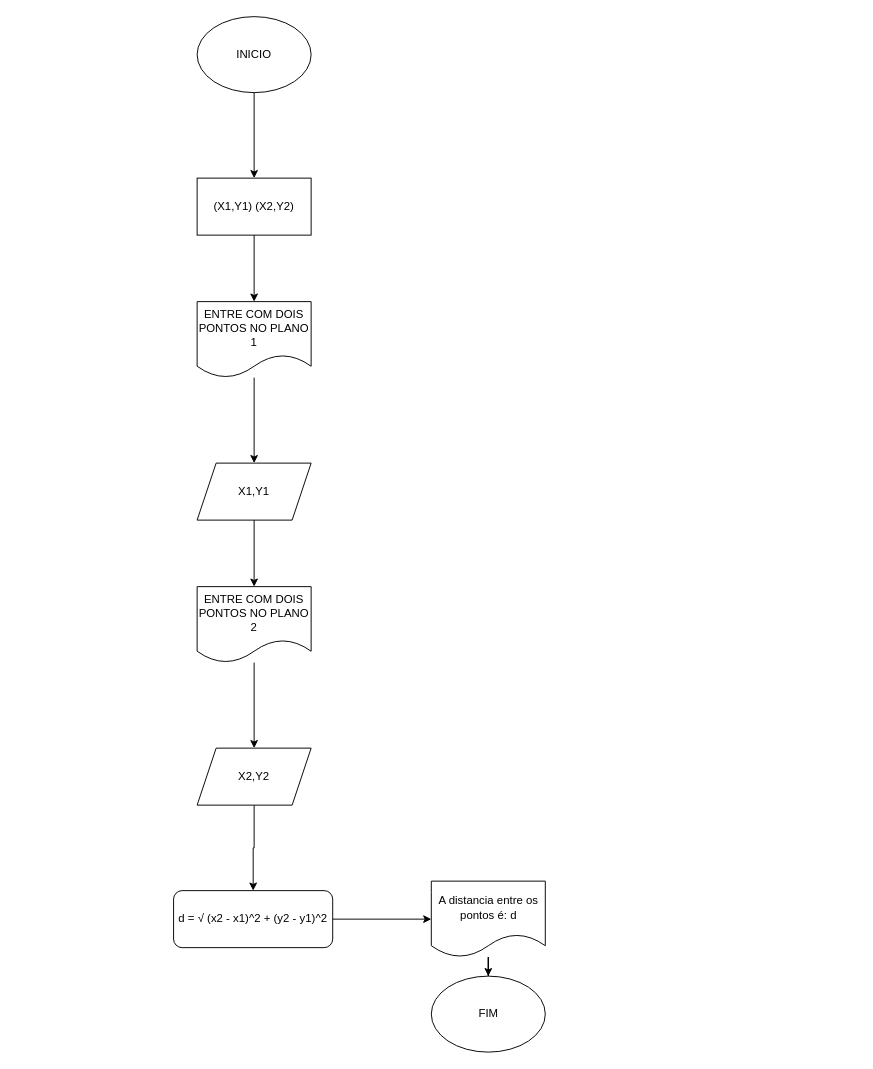
P3DR0zero/diagralg0 keeps this draw.io diagram as lista_alex.drawio. Above is the earlier version. Source tidied: cells renumbered, new cells numbered last; positions are measured from the earlier drawing's top-left corner, leaving out a move shared by most shapes. Both pictures are drawn from the tidied source at 95%, with x=0, y=0 at pixel (173, 16).
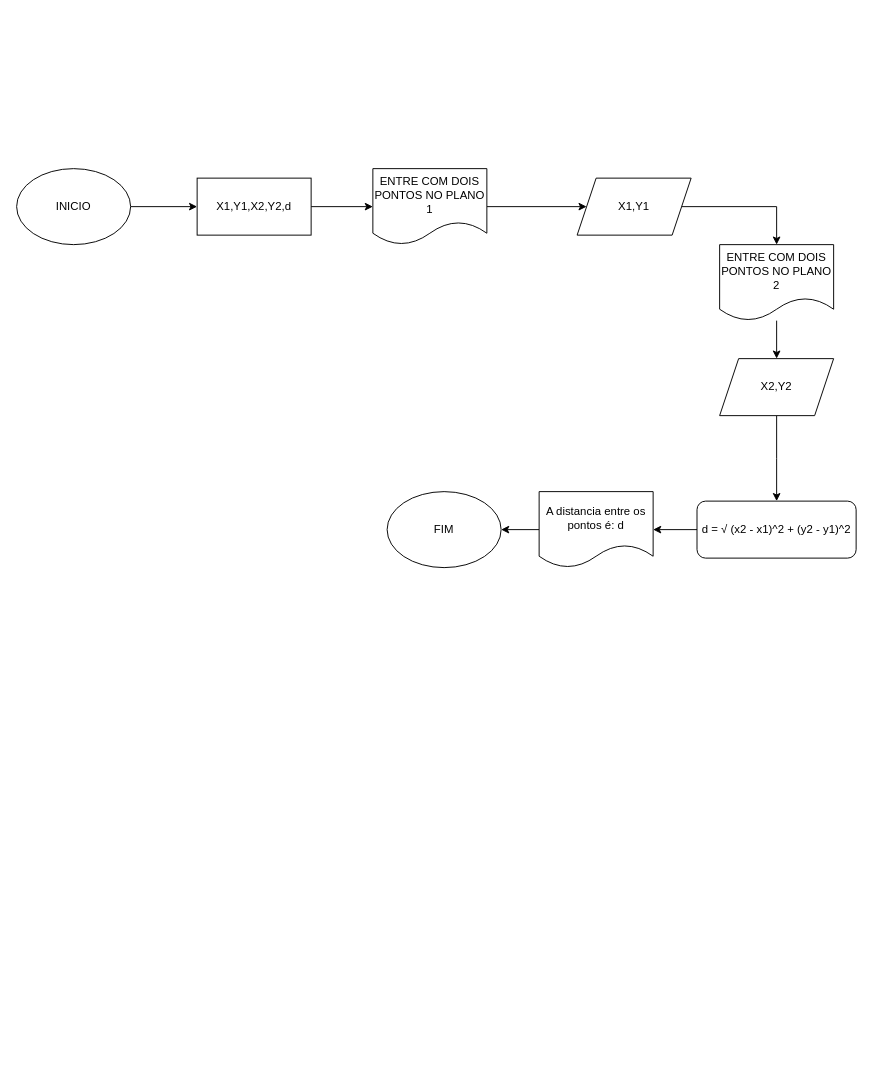
Above is the later version.

Diff of the diagram source:
```diff
@@
 <mxGraphModel>
   <root>
     <mxCell id="0" />
     <mxCell id="1" parent="0" />
     <mxCell id="2" style="edgeStyle=orthogonalEdgeStyle;rounded=0;jettySize=auto;html=1;" parent="1" edge="1" source="3" target="5">
       <mxGeometry relative="1" as="geometry" />
     </mxCell>
     <mxCell id="3" value="INICIO" style="ellipse;whiteSpace=wrap;html=1;" parent="1" vertex="1">
-      <mxGeometry x="25" width="120" height="80" as="geometry" />
+      <mxGeometry x="-165" y="160" width="120" height="80" as="geometry" />
     </mxCell>
     <mxCell id="4" style="edgeStyle=orthogonalEdgeStyle;rounded=0;jettySize=auto;html=1;" parent="1" edge="1" source="5" target="7">
       <mxGeometry relative="1" as="geometry" />
     </mxCell>
-    <mxCell id="5" value="(X1,Y1) (X2,Y2)" style="whiteSpace=wrap;html=1;" parent="1" vertex="1">
+    <mxCell id="5" value="X1,Y1,X2,Y2,d" style="whiteSpace=wrap;html=1;" parent="1" vertex="1">
       <mxGeometry x="25" y="170" width="120" height="60" as="geometry" />
     </mxCell>
     <mxCell id="6" style="edgeStyle=orthogonalEdgeStyle;rounded=0;jettySize=auto;html=1;" parent="1" edge="1" source="7" target="9">
       <mxGeometry relative="1" as="geometry" />
     </mxCell>
     <mxCell id="7" value="ENTRE COM DOIS PONTOS NO PLANO 1" style="shape=document;whiteSpace=wrap;html=1;boundedLbl=1;" parent="1" vertex="1">
-      <mxGeometry x="25" y="300" width="120" height="80" as="geometry" />
+      <mxGeometry x="210" y="160" width="120" height="80" as="geometry" />
     </mxCell>
     <mxCell id="8" style="edgeStyle=orthogonalEdgeStyle;rounded=0;jettySize=auto;html=1;" parent="1" edge="1" source="9" target="11">
       <mxGeometry relative="1" as="geometry" />
     </mxCell>
     <mxCell id="9" value="X1,Y1" style="shape=parallelogram;perimeter=parallelogramPerimeter;whiteSpace=wrap;html=1;fixedSize=1;" parent="1" vertex="1">
-      <mxGeometry x="25" y="470" width="120" height="60" as="geometry" />
+      <mxGeometry x="425" y="170" width="120" height="60" as="geometry" />
     </mxCell>
     <mxCell id="10" style="edgeStyle=orthogonalEdgeStyle;rounded=0;jettySize=auto;html=1;" parent="1" edge="1" source="11" target="13">
       <mxGeometry relative="1" as="geometry" />
     </mxCell>
     <mxCell id="11" value="ENTRE COM DOIS PONTOS NO PLANO 2" style="shape=document;whiteSpace=wrap;html=1;boundedLbl=1;" parent="1" vertex="1">
-      <mxGeometry x="25" y="600" width="120" height="80" as="geometry" />
+      <mxGeometry x="575" y="240" width="120" height="80" as="geometry" />
     </mxCell>
     <mxCell id="12" style="edgeStyle=orthogonalEdgeStyle;rounded=0;jettySize=auto;html=1;" parent="1" edge="1" source="13" target="15">
       <mxGeometry relative="1" as="geometry" />
     </mxCell>
     <mxCell id="13" value="X2,Y2" style="shape=parallelogram;perimeter=parallelogramPerimeter;whiteSpace=wrap;html=1;fixedSize=1;" parent="1" vertex="1">
-      <mxGeometry x="25" y="770" width="120" height="60" as="geometry" />
+      <mxGeometry x="575" y="360" width="120" height="60" as="geometry" />
     </mxCell>
     <mxCell id="14" style="edgeStyle=orthogonalEdgeStyle;rounded=0;jettySize=auto;html=1;" parent="1" edge="1" source="15" target="17">
       <mxGeometry relative="1" as="geometry" />
     </mxCell>
     <mxCell id="15" value="d = √ (x2 - x1)^2 + (y2 - y1)^2" style="rounded=1;whiteSpace=wrap;html=1;" parent="1" vertex="1">
-      <mxGeometry x="0.2" y="920" width="167.5" height="60" as="geometry" />
+      <mxGeometry x="551.2" y="510" width="167.5" height="60" as="geometry" />
     </mxCell>
     <mxCell id="16" style="edgeStyle=orthogonalEdgeStyle;rounded=0;jettySize=auto;html=1;" parent="1" edge="1" source="17" target="18">
       <mxGeometry relative="1" as="geometry" />
     </mxCell>
     <mxCell id="17" value="A distancia entre os pontos é: d" style="shape=document;whiteSpace=wrap;html=1;boundedLbl=1;rounded=1;" parent="1" vertex="1">
-      <mxGeometry x="271.5" y="910" width="120" height="80" as="geometry" />
+      <mxGeometry x="385" y="500" width="120" height="80" as="geometry" />
     </mxCell>
     <mxCell id="18" value="FIM" style="ellipse;whiteSpace=wrap;html=1;" parent="1" vertex="1">
-      <mxGeometry x="271.5" y="1010" width="120" height="80" as="geometry" />
+      <mxGeometry x="225" y="500" width="120" height="80" as="geometry" />
     </mxCell>
   </root>
 </mxGraphModel>
```
